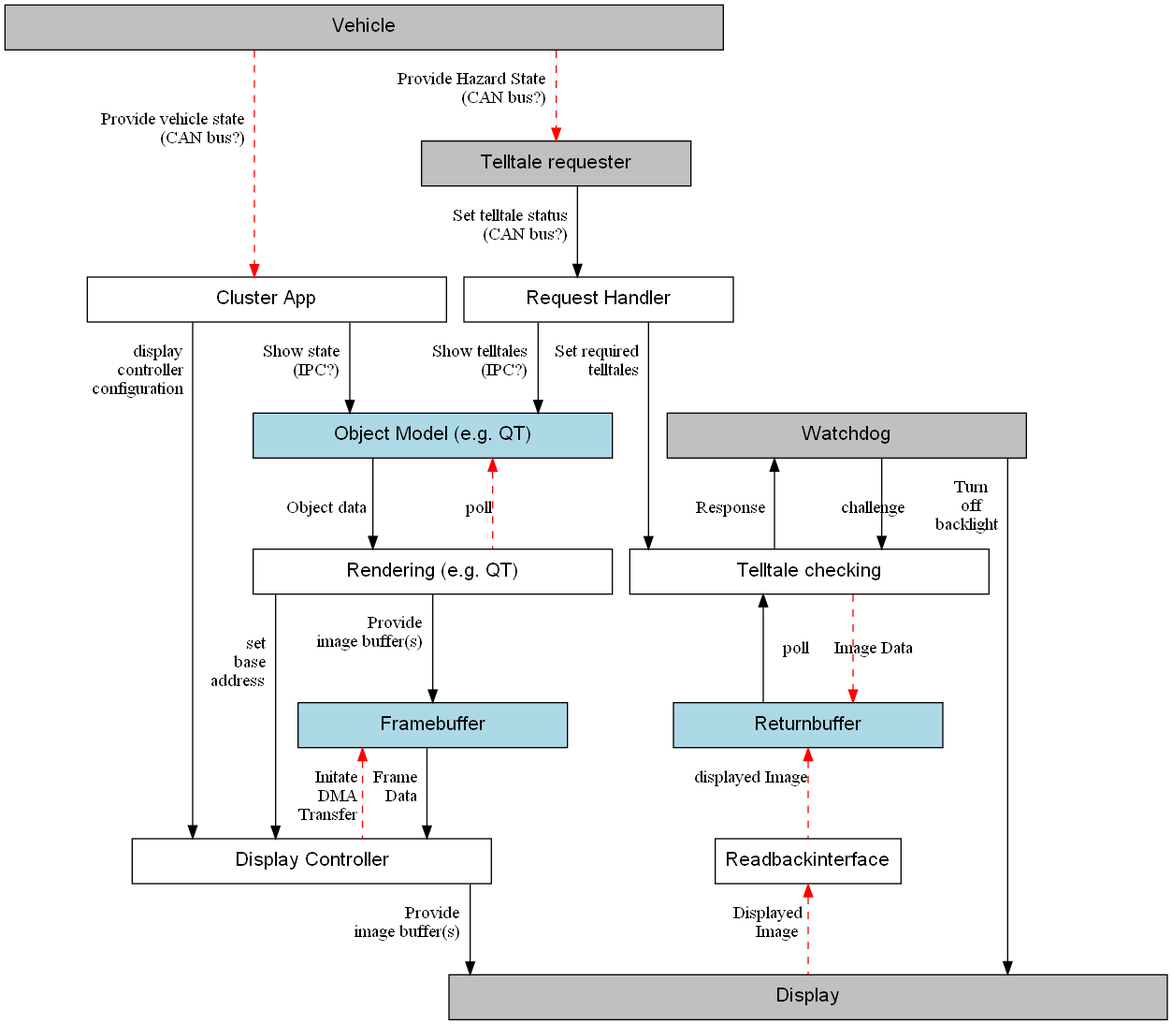
elisa-tech/wg-automotive keeps this Graphviz diagram as Cluster_Display_Use_Case_v2/stpa/cluster-control-structure.dot.png. Above is the earlier version. Its source is kept beside it as Cluster_Display_Use_Case_v2/stpa/cluster-control-structure.dot.
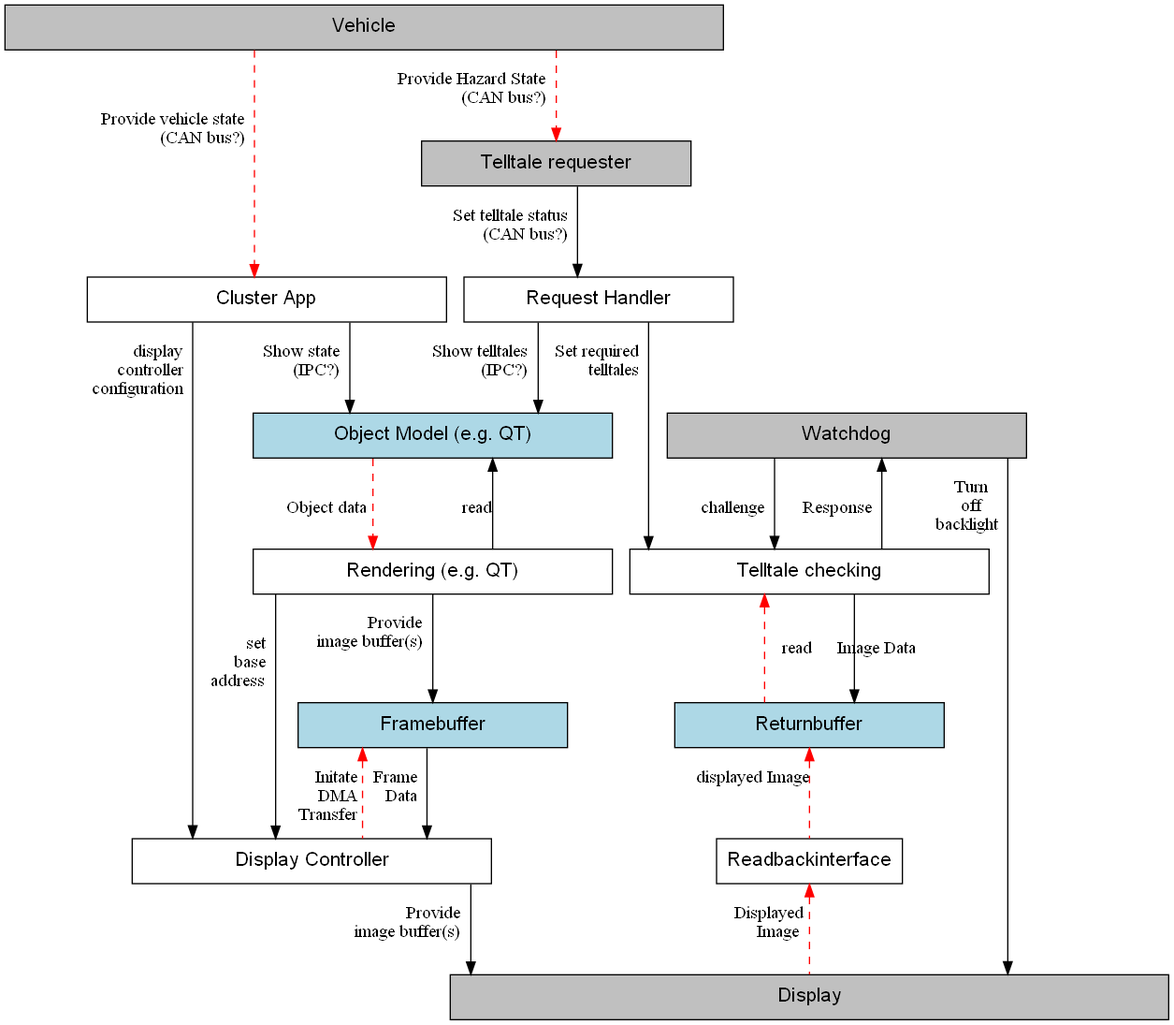
The same diagram one commit later.

Commit message:
Fixed wrong arrow direction fixed wrong arrow color changed "poll" to "read" to avoid confusion

Change to the diagram source:
```diff
@@ -35,10 +35,11 @@
 framebuffer -> dControl [taillabel="\r Frame  \r  Data  \r"]
 render -> dControl [taillabel="\r\r  set  \r base  \raddress  \r"]
 
-render_OM -> render [dir=back taillabel="\r\r poll" style=dashed color=red]
-render_OM -> render [taillabel="\r\r Object data "]
-check -> returnbuffer [color=red, style=dashed, label="poll"]
-check -> returnbuffer [dir=back,label="Image Data"]
+
+render_OM -> render [taillabel="\r\r Object data ",style=dashed color=red]
+render_OM -> render [dir=back taillabel="\r\r read" ]
+check -> returnbuffer [label="read"]
+check -> returnbuffer [dir=back,label="Image Data",color=red, style=dashed]
 returnbuffer -> readbackinterface [dir=back, taillabel="\r displayed Image",color=red,style=dashed]
 
 
```
